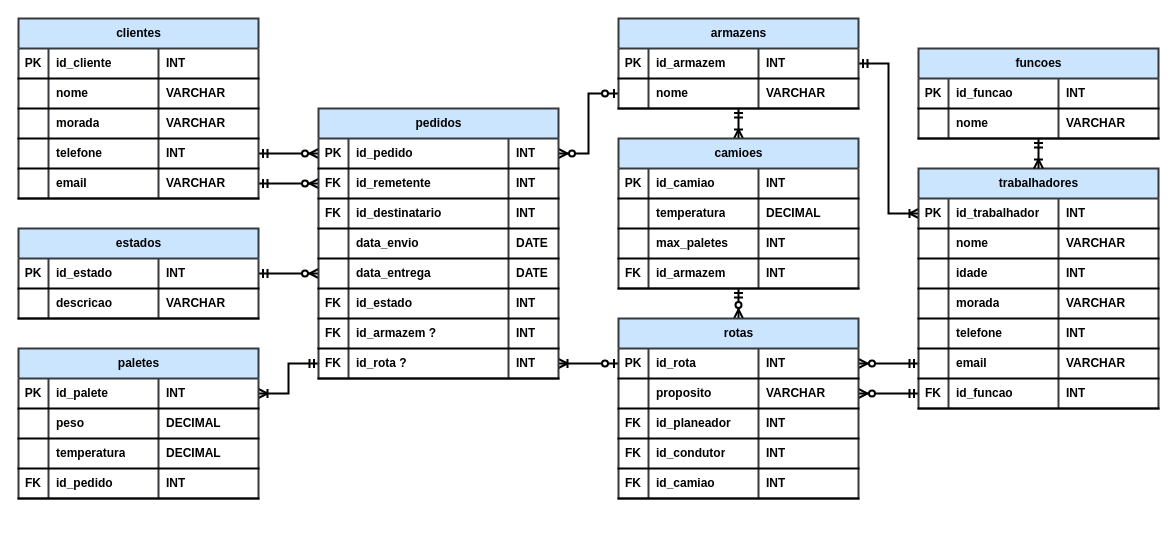
Earlier version of the draw.io diagram page "Diagrama ER (Crow's Foot)" (3 of 3) of Diagramas/diagramas.drawio (VicLourenco40/dwdm-sql-logistica). Source tidied: cells renumbered, new cells numbered last; positions are measured from the earlier drawing's top-left corner, leaving out a move shared by most shapes. Both pictures are drawn from the tidied source at 100%, with x=0, y=0 at pixel (18, 18).
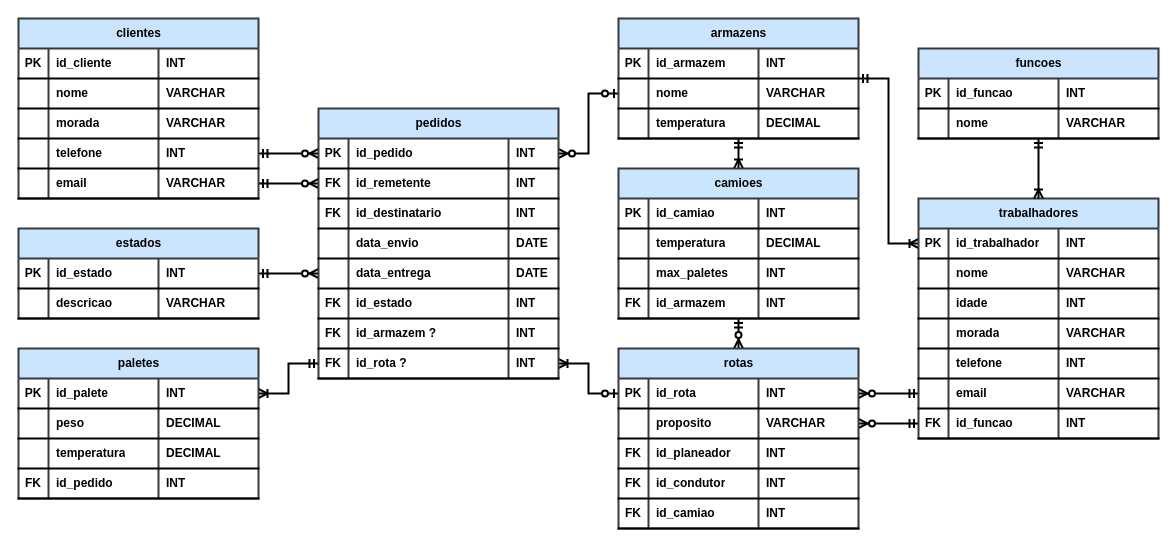
Above is the later version.

Commit message (it also covers changes not shown here):
Adicionar temperatura a armazém

Diff of the diagram source:
```diff
@@
     <mxCell id="13" value="armazens" style="shape=table;startSize=30;childLayout=tableLayout;rowLines=0;fontStyle=1;align=center;html=1;strokeWidth=2;labelBackgroundColor=none;swimlaneFillColor=default;fillColor=#cce5ff;strokeColor=#36393d;" parent="1" vertex="1">
-      <mxGeometry x="600" width="240" height="90" as="geometry" />
+      <mxGeometry x="600" width="240" height="120" as="geometry" />
     </mxCell>
@@
+    <mxCell id="179" style="shape=tableRow;horizontal=0;startSize=0;swimlaneHead=0;swimlaneBody=0;fillColor=none;top=0;left=0;right=0;bottom=1;fontStyle=1;strokeWidth=2;labelBackgroundColor=none;" parent="13" vertex="1">
+      <mxGeometry y="90" width="240" height="30" as="geometry" />
+    </mxCell>
+    <mxCell id="180" style="shape=partialRectangle;fillColor=none;top=0;left=0;bottom=0;right=0;fontStyle=1;overflow=hidden;whiteSpace=wrap;html=1;strokeWidth=2;labelBackgroundColor=none;" parent="179" vertex="1">
+      <mxGeometry width="30" height="30" as="geometry" />
+    </mxCell>
+    <mxCell id="181" value="temperatura" style="shape=partialRectangle;fillColor=none;top=0;left=0;bottom=0;right=0;align=left;spacingLeft=6;fontStyle=1;overflow=hidden;whiteSpace=wrap;html=1;strokeWidth=2;labelBackgroundColor=none;" parent="179" vertex="1">
+      <mxGeometry x="30" width="110" height="30" as="geometry" />
+    </mxCell>
+    <mxCell id="182" value="DECIMAL" style="shape=partialRectangle;fillColor=none;top=0;left=0;bottom=0;right=0;align=left;spacingLeft=6;fontStyle=1;overflow=hidden;whiteSpace=wrap;html=1;strokeWidth=2;labelBackgroundColor=none;" parent="179" vertex="1">
+      <mxGeometry x="140" width="100" height="30" as="geometry" />
+    </mxCell>
@@
     <mxCell id="72" value="trabalhadores" style="shape=table;startSize=30;childLayout=tableLayout;rowLines=0;fontStyle=1;align=center;html=1;strokeWidth=2;labelBackgroundColor=none;swimlaneFillColor=default;fillColor=#cce5ff;strokeColor=#36393d;" parent="1" vertex="1">
-      <mxGeometry x="900" y="150" width="240" height="240" as="geometry" />
+      <mxGeometry x="900" y="180" width="240" height="240" as="geometry" />
     </mxCell>
@@
     <mxCell id="101" value="camioes" style="shape=table;startSize=30;childLayout=tableLayout;rowLines=0;fontStyle=1;align=center;html=1;strokeWidth=2;labelBackgroundColor=none;swimlaneFillColor=default;fillColor=#cce5ff;strokeColor=#36393d;" parent="1" vertex="1">
-      <mxGeometry x="600" y="120" width="240" height="150" as="geometry" />
+      <mxGeometry x="600" y="150" width="240" height="150" as="geometry" />
     </mxCell>
@@
     <mxCell id="139" value="rotas" style="shape=table;startSize=30;childLayout=tableLayout;rowLines=0;fontStyle=1;align=center;html=1;strokeWidth=2;labelBackgroundColor=none;swimlaneFillColor=default;fillColor=#cce5ff;strokeColor=#36393d;" parent="1" vertex="1">
-      <mxGeometry x="600" y="300" width="240" height="180" as="geometry" />
+      <mxGeometry x="600" y="330" width="240" height="180" as="geometry" />
     </mxCell>
```
